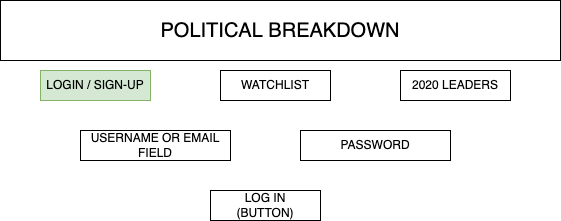
This is Login2_Wireframe.drawio.png from nchez/political-breakdown, a draw.io export, as it was before one commit. Source tidied: cells renumbered, new cells last; positions are measured from the earlier drawing's top-left corner, leaving out a move shared by most shapes.
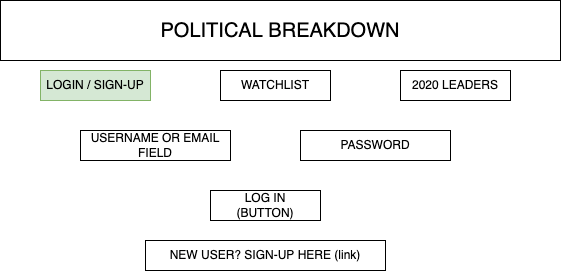
After the commit.

Change to the diagram source:
```diff
@@ -23,5 +23,8 @@
     <mxCell id="8" value="PASSWORD" style="rounded=0;whiteSpace=wrap;html=1;" parent="1" vertex="1">
       <mxGeometry x="300" y="130" width="150" height="30" as="geometry" />
     </mxCell>
+    <mxCell id="9" value="NEW USER? SIGN-UP HERE (link)" style="rounded=0;whiteSpace=wrap;html=1;" parent="1" vertex="1">
+      <mxGeometry x="145" y="240" width="240" height="30" as="geometry" />
+    </mxCell>
   </root>
 </mxGraphModel>
```
